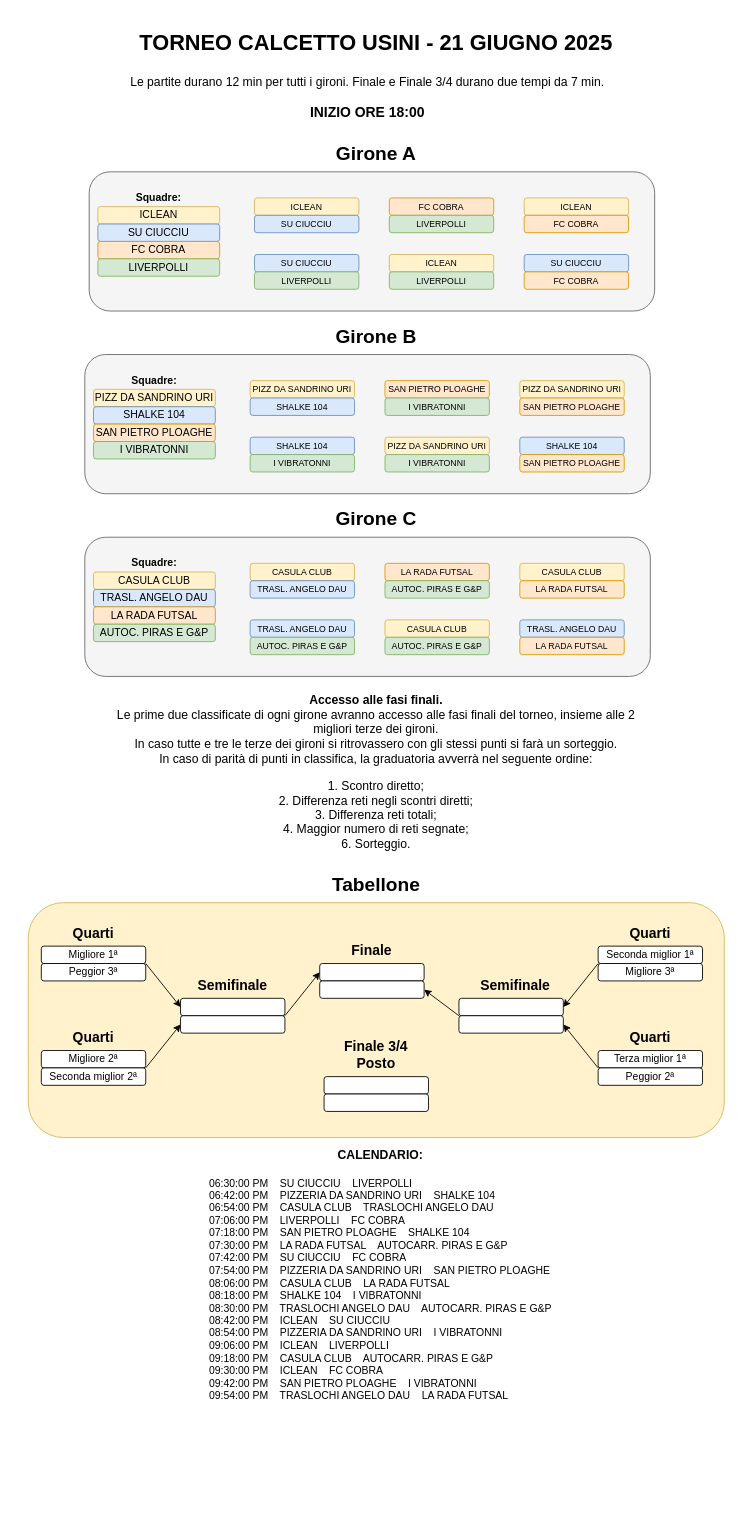
Before: torneo-calcetto-2025/tabellone.drawio in cscalaresu/tornei, a draw.io diagram. Source tidied: cells renumbered, new cells numbered last; positions are measured from the earlier drawing's top-left corner, leaving out a move shared by most shapes. Both pictures are drawn from the tidied source at 87%, with x=0, y=0 at pixel (15, 15).
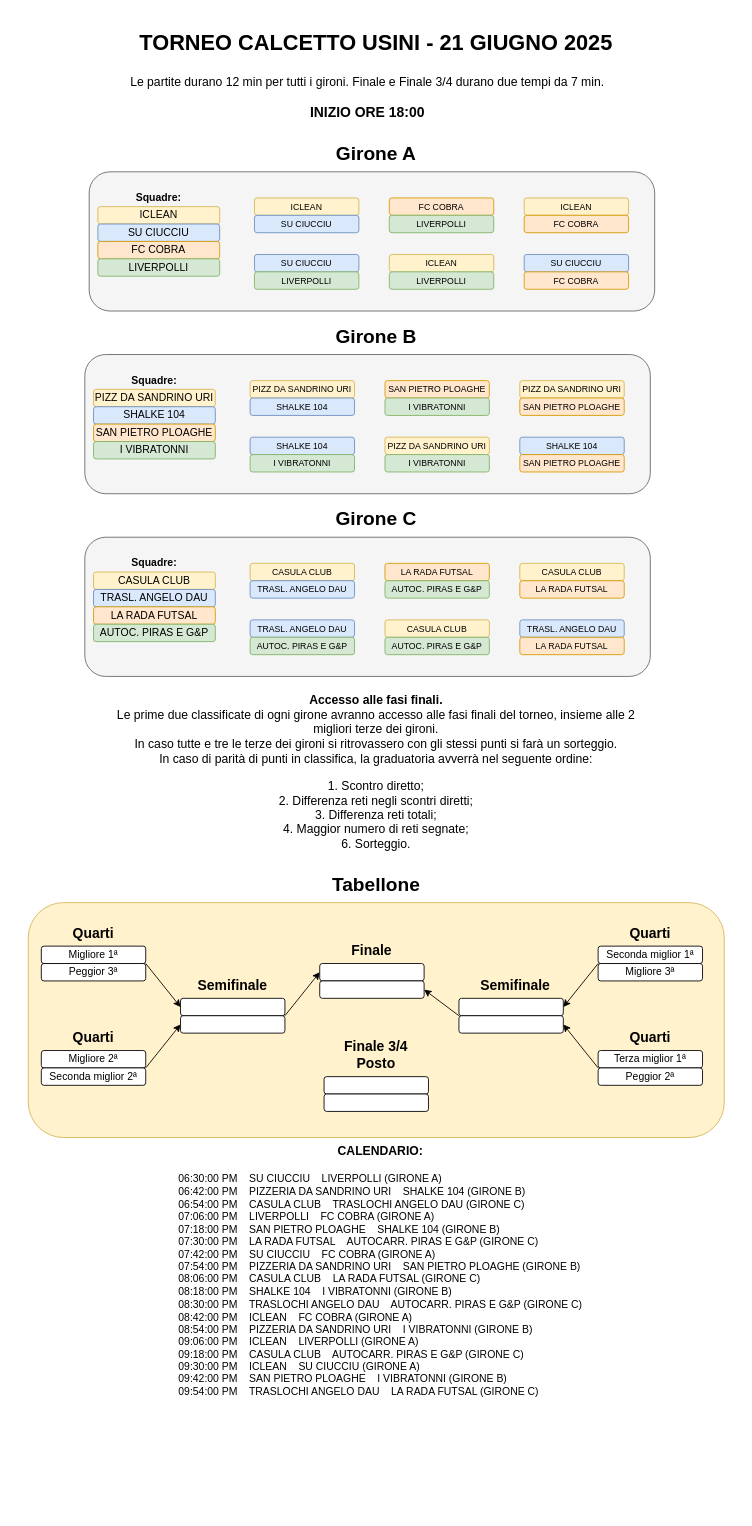
The same page after the edit.

The edit, as a diff of the source:
```diff
@@
-    <mxCell id="95" value="&lt;div align=&quot;center&quot;&gt;&lt;font style=&quot;font-size: 14px;&quot;&gt;&lt;b&gt;CALENDARIO:&lt;/b&gt;&lt;/font&gt;&lt;/div&gt;&lt;div align=&quot;center&quot;&gt;&lt;font style=&quot;font-size: 14px;&quot;&gt;&lt;b&gt;&lt;br&gt;&lt;/b&gt;&lt;/font&gt;&lt;/div&gt;&lt;div align=&quot;left&quot;&gt;06:30:00 PM&amp;nbsp; &amp;nbsp; SU CIUCCIU&amp;nbsp; &amp;nbsp; LIVERPOLLI&lt;br&gt;06:42:00 PM&amp;nbsp; &amp;nbsp; PIZZERIA DA SANDRINO URI&amp;nbsp; &amp;nbsp; SHALKE 104&lt;br&gt;06:54:00 PM&amp;nbsp; &amp;nbsp; CASULA CLUB&amp;nbsp; &amp;nbsp; TRASLOCHI ANGELO DAU&lt;br&gt;07:06:00 PM&amp;nbsp; &amp;nbsp; LIVERPOLLI&amp;nbsp; &amp;nbsp; FC COBRA&lt;br&gt;07:18:00 PM&amp;nbsp; &amp;nbsp; SAN PIETRO PLOAGHE&amp;nbsp; &amp;nbsp; SHALKE 104&lt;br&gt;07:30:00 PM&amp;nbsp; &amp;nbsp; LA RADA FUTSAL&amp;nbsp; &amp;nbsp; AUTOCARR. PIRAS E G&amp;amp;P&lt;br&gt;07:42:00 PM&amp;nbsp; &amp;nbsp; SU CIUCCIU&amp;nbsp; &amp;nbsp; FC COBRA&lt;br&gt;07:54:00 PM&amp;nbsp; &amp;nbsp; PIZZERIA DA SANDRINO URI&amp;nbsp; &amp;nbsp; SAN PIETRO PLOAGHE&lt;br&gt;08:06:00 PM&amp;nbsp; &amp;nbsp; CASULA CLUB&amp;nbsp; &amp;nbsp; LA RADA FUTSAL&lt;br&gt;08:18:00 PM&amp;nbsp; &amp;nbsp; SHALKE 104&amp;nbsp; &amp;nbsp; I VIBRATONNI&lt;br&gt;08:30:00 PM&amp;nbsp; &amp;nbsp; TRASLOCHI ANGELO DAU&amp;nbsp; &amp;nbsp; AUTOCARR. PIRAS E G&amp;amp;P&lt;br&gt;08:42:00 PM&amp;nbsp; &amp;nbsp; ICLEAN&amp;nbsp; &amp;nbsp; SU CIUCCIU&lt;br&gt;08:54:00 PM&amp;nbsp; &amp;nbsp; PIZZERIA DA SANDRINO URI&amp;nbsp; &amp;nbsp; I VIBRATONNI&lt;br&gt;09:06:00 PM&amp;nbsp; &amp;nbsp; ICLEAN&amp;nbsp; &amp;nbsp; LIVERPOLLI&lt;br&gt;09:18:00 PM&amp;nbsp; &amp;nbsp; CASULA CLUB&amp;nbsp; &amp;nbsp; AUTOCARR. PIRAS E G&amp;amp;P&lt;br&gt;09:30:00 PM&amp;nbsp; &amp;nbsp; ICLEAN&amp;nbsp; &amp;nbsp; FC COBRA&lt;br&gt;09:42:00 PM&amp;nbsp; &amp;nbsp; SAN PIETRO PLOAGHE&amp;nbsp; &amp;nbsp; I VIBRATONNI&lt;br&gt;09:54:00 PM&amp;nbsp; &amp;nbsp; TRASLOCHI ANGELO DAU&amp;nbsp; &amp;nbsp; LA RADA FUTSAL&lt;/div&gt;&lt;div align=&quot;left&quot;&gt;&lt;br&gt;&lt;/div&gt;" style="text;html=1;align=center;verticalAlign=middle;whiteSpace=wrap;rounded=0;" parent="1" vertex="1">
-      <mxGeometry x="20" y="1310" width="800" height="290" as="geometry" />
+    <mxCell id="95" value="&lt;div align=&quot;center&quot;&gt;&lt;font style=&quot;font-size: 14px;&quot;&gt;&lt;b&gt;CALENDARIO:&lt;/b&gt;&lt;/font&gt;&lt;/div&gt;&lt;div align=&quot;center&quot;&gt;&lt;font style=&quot;font-size: 14px;&quot;&gt;&lt;b&gt;&lt;br&gt;&lt;/b&gt;&lt;/font&gt;&lt;/div&gt;&lt;div align=&quot;left&quot;&gt;06:30:00 PM&amp;nbsp; &amp;nbsp; SU CIUCCIU&amp;nbsp; &amp;nbsp; LIVERPOLLI (GIRONE A)&lt;br&gt;06:42:00 PM&amp;nbsp; &amp;nbsp; PIZZERIA DA SANDRINO URI&amp;nbsp; &amp;nbsp; SHALKE 104 (GIRONE B)&lt;br&gt;06:54:00 PM&amp;nbsp; &amp;nbsp; CASULA CLUB&amp;nbsp; &amp;nbsp; TRASLOCHI ANGELO DAU (GIRONE C)&lt;br&gt;07:06:00 PM&amp;nbsp; &amp;nbsp; LIVERPOLLI&amp;nbsp; &amp;nbsp; FC COBRA (GIRONE A)&lt;br&gt;07:18:00 PM&amp;nbsp; &amp;nbsp; SAN PIETRO PLOAGHE&amp;nbsp; &amp;nbsp; SHALKE 104 (GIRONE B)&lt;br&gt;07:30:00 PM&amp;nbsp; &amp;nbsp; LA RADA FUTSAL&amp;nbsp; &amp;nbsp; AUTOCARR. PIRAS E G&amp;amp;P (GIRONE C)&lt;br&gt;07:42:00 PM&amp;nbsp; &amp;nbsp; SU CIUCCIU&amp;nbsp; &amp;nbsp; FC COBRA (GIRONE A)&lt;br&gt;07:54:00 PM&amp;nbsp; &amp;nbsp; PIZZERIA DA SANDRINO URI&amp;nbsp; &amp;nbsp; SAN PIETRO PLOAGHE (GIRONE B)&lt;br&gt;08:06:00 PM&amp;nbsp; &amp;nbsp; CASULA CLUB&amp;nbsp; &amp;nbsp; LA RADA FUTSAL (GIRONE C)&lt;br&gt;08:18:00 PM&amp;nbsp; &amp;nbsp; SHALKE 104&amp;nbsp; &amp;nbsp; I VIBRATONNI (GIRONE B)&lt;br&gt;08:30:00 PM&amp;nbsp; &amp;nbsp; TRASLOCHI ANGELO DAU&amp;nbsp; &amp;nbsp; AUTOCARR. PIRAS E G&amp;amp;P (GIRONE C)&lt;br&gt;08:42:00 PM&amp;nbsp; &amp;nbsp; ICLEAN&amp;nbsp; &amp;nbsp; FC COBRA (GIRONE A)&lt;br&gt;08:54:00 PM&amp;nbsp; &amp;nbsp; PIZZERIA DA SANDRINO URI&amp;nbsp; &amp;nbsp; I VIBRATONNI (GIRONE B)&lt;br&gt;09:06:00 PM&amp;nbsp; &amp;nbsp; ICLEAN&amp;nbsp; &amp;nbsp; LIVERPOLLI (GIRONE A)&lt;br&gt;09:18:00 PM&amp;nbsp; &amp;nbsp; CASULA CLUB&amp;nbsp; &amp;nbsp; AUTOCARR. PIRAS E G&amp;amp;P (GIRONE C)&lt;br&gt;09:30:00 PM&amp;nbsp; &amp;nbsp; ICLEAN&amp;nbsp; &amp;nbsp; SU CIUCCIU (GIRONE A)&lt;br&gt;09:42:00 PM&amp;nbsp; &amp;nbsp; SAN PIETRO PLOAGHE&amp;nbsp; &amp;nbsp; I VIBRATONNI (GIRONE B)&lt;br&gt;09:54:00 PM&amp;nbsp; &amp;nbsp; TRASLOCHI ANGELO DAU&amp;nbsp; &amp;nbsp; LA RADA FUTSAL (GIRONE C)&lt;/div&gt;&lt;div align=&quot;left&quot;&gt;&lt;br&gt;&lt;/div&gt;&lt;br&gt;&lt;div align=&quot;left&quot;&gt;&lt;br&gt;&lt;/div&gt;" style="text;html=1;align=center;verticalAlign=middle;whiteSpace=wrap;rounded=0;" parent="1" vertex="1">
+      <mxGeometry x="20" y="1320" width="800" height="290" as="geometry" />
     </mxCell>
```
